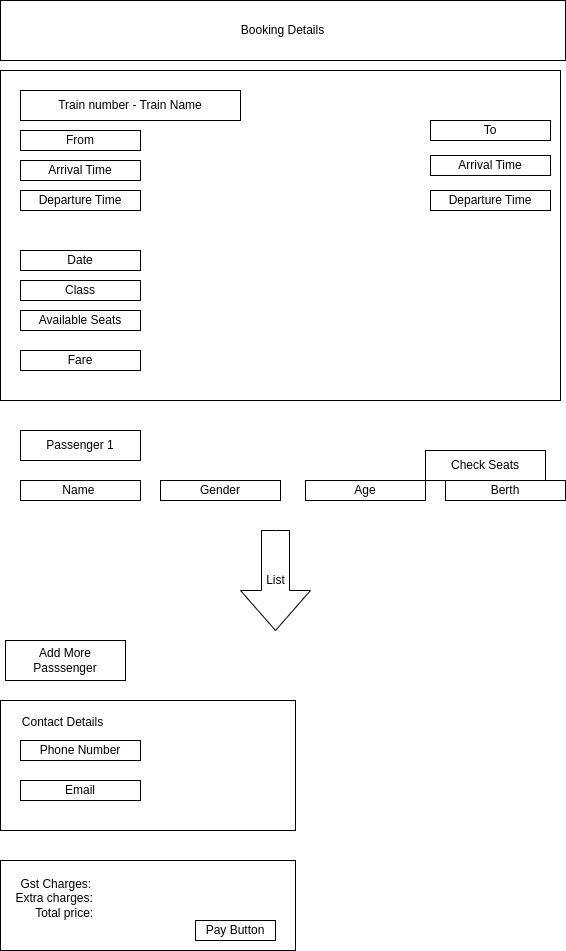
Before: PassengerDetailsForTicketBooking.drawio.png, a diagram exported from draw.io (cdac-project-2025/project-diagrams). Source tidied: cells renumbered, new cells last; positions are measured from the earlier drawing's top-left corner, leaving out a move shared by most shapes. The source it was exported from:
```xml
<mxGraphModel>
  <root>
    <mxCell id="0" />
    <mxCell id="1" parent="0" />
    <mxCell id="2" value="Booking Details" style="rounded=0;whiteSpace=wrap;html=1;" parent="1" vertex="1">
      <mxGeometry width="565" height="60" as="geometry" />
    </mxCell>
    <mxCell id="3" value="Train Schedule" style="rounded=0;whiteSpace=wrap;html=1;" parent="1" vertex="1">
      <mxGeometry x="25" y="90" width="120" height="30" as="geometry" />
    </mxCell>
    <mxCell id="4" value="Check Seats" style="rounded=0;whiteSpace=wrap;html=1;" parent="1" vertex="1">
      <mxGeometry x="435" y="90" width="120" height="30" as="geometry" />
    </mxCell>
    <mxCell id="5" style="rounded=0;whiteSpace=wrap;html=1;" parent="1" vertex="1">
      <mxGeometry y="70" width="560" height="330" as="geometry" />
    </mxCell>
    <mxCell id="6" value="Train number - Train Name" style="rounded=0;whiteSpace=wrap;html=1;" parent="1" vertex="1">
      <mxGeometry x="20" y="90" width="220" height="30" as="geometry" />
    </mxCell>
    <mxCell id="7" value="From" style="rounded=0;whiteSpace=wrap;html=1;" parent="1" vertex="1">
      <mxGeometry x="20" y="130" width="120" height="20" as="geometry" />
    </mxCell>
    <mxCell id="8" value="Arrival Time" style="rounded=0;whiteSpace=wrap;html=1;" parent="1" vertex="1">
      <mxGeometry x="20" y="160" width="120" height="20" as="geometry" />
    </mxCell>
    <mxCell id="9" value="Departure Time" style="rounded=0;whiteSpace=wrap;html=1;" parent="1" vertex="1">
      <mxGeometry x="20" y="190" width="120" height="20" as="geometry" />
    </mxCell>
    <mxCell id="10" value="Passenger 1" style="rounded=0;whiteSpace=wrap;html=1;" parent="1" vertex="1">
      <mxGeometry x="20" y="430" width="120" height="30" as="geometry" />
    </mxCell>
    <mxCell id="11" value="To" style="rounded=0;whiteSpace=wrap;html=1;" parent="1" vertex="1">
      <mxGeometry x="430" y="120" width="120" height="20" as="geometry" />
    </mxCell>
    <mxCell id="12" value="Arrival Time" style="rounded=0;whiteSpace=wrap;html=1;" parent="1" vertex="1">
      <mxGeometry x="430" y="155" width="120" height="20" as="geometry" />
    </mxCell>
    <mxCell id="13" value="Departure Time" style="rounded=0;whiteSpace=wrap;html=1;" parent="1" vertex="1">
      <mxGeometry x="430" y="190" width="120" height="20" as="geometry" />
    </mxCell>
    <mxCell id="14" value="Check Seats" style="rounded=0;whiteSpace=wrap;html=1;" parent="1" vertex="1">
      <mxGeometry x="425" y="450" width="120" height="30" as="geometry" />
    </mxCell>
    <mxCell id="15" value="Date" style="rounded=0;whiteSpace=wrap;html=1;" parent="1" vertex="1">
      <mxGeometry x="20" y="250" width="120" height="20" as="geometry" />
    </mxCell>
    <mxCell id="16" value="Class" style="rounded=0;whiteSpace=wrap;html=1;" parent="1" vertex="1">
      <mxGeometry x="20" y="280" width="120" height="20" as="geometry" />
    </mxCell>
    <mxCell id="17" value="Available Seats" style="rounded=0;whiteSpace=wrap;html=1;" parent="1" vertex="1">
      <mxGeometry x="20" y="310" width="120" height="20" as="geometry" />
    </mxCell>
    <mxCell id="18" value="Fare" style="rounded=0;whiteSpace=wrap;html=1;" parent="1" vertex="1">
      <mxGeometry x="20" y="350" width="120" height="20" as="geometry" />
    </mxCell>
    <mxCell id="19" value="Name&amp;nbsp;" style="rounded=0;whiteSpace=wrap;html=1;" parent="1" vertex="1">
      <mxGeometry x="20" y="480" width="120" height="20" as="geometry" />
    </mxCell>
    <mxCell id="20" value="Berth" style="rounded=0;whiteSpace=wrap;html=1;" parent="1" vertex="1">
      <mxGeometry x="445" y="480" width="120" height="20" as="geometry" />
    </mxCell>
    <mxCell id="21" value="Age" style="rounded=0;whiteSpace=wrap;html=1;" parent="1" vertex="1">
      <mxGeometry x="305" y="480" width="120" height="20" as="geometry" />
    </mxCell>
    <mxCell id="22" value="Gender" style="rounded=0;whiteSpace=wrap;html=1;" parent="1" vertex="1">
      <mxGeometry x="160" y="480" width="120" height="20" as="geometry" />
    </mxCell>
    <mxCell id="23" value="List" style="html=1;shadow=0;dashed=0;align=center;verticalAlign=middle;shape=mxgraph.arrows2.arrow;dy=0.6;dx=40;direction=south;notch=0;" parent="1" vertex="1">
      <mxGeometry x="240" y="530" width="70" height="100" as="geometry" />
    </mxCell>
    <mxCell id="24" value="Add More Passsenger" style="rounded=0;whiteSpace=wrap;html=1;" parent="1" vertex="1">
      <mxGeometry x="5" y="640" width="120" height="40" as="geometry" />
    </mxCell>
    <mxCell id="25" value="Contact Details&amp;nbsp; &amp;nbsp; &amp;nbsp; &amp;nbsp; &amp;nbsp; &amp;nbsp; &amp;nbsp; &amp;nbsp; &amp;nbsp; &amp;nbsp; &amp;nbsp; &amp;nbsp; &amp;nbsp; &amp;nbsp; &amp;nbsp; &amp;nbsp; &amp;nbsp; &amp;nbsp; &amp;nbsp; &amp;nbsp; &amp;nbsp; &amp;nbsp; &amp;nbsp; &amp;nbsp; &amp;nbsp; &amp;nbsp;&lt;div&gt;&lt;br&gt;&lt;/div&gt;&lt;div&gt;&lt;br&gt;&lt;/div&gt;&lt;div&gt;&lt;br&gt;&lt;/div&gt;&lt;div&gt;&lt;br&gt;&lt;/div&gt;&lt;div&gt;&lt;br&gt;&lt;/div&gt;&lt;div&gt;&lt;br&gt;&lt;/div&gt;" style="rounded=0;whiteSpace=wrap;html=1;" parent="1" vertex="1">
      <mxGeometry y="700" width="295" height="130" as="geometry" />
    </mxCell>
    <mxCell id="26" value="Phone Number" style="rounded=0;whiteSpace=wrap;html=1;" parent="1" vertex="1">
      <mxGeometry x="20" y="740" width="120" height="20" as="geometry" />
    </mxCell>
    <mxCell id="27" value="Email" style="rounded=0;whiteSpace=wrap;html=1;" parent="1" vertex="1">
      <mxGeometry x="20" y="780" width="120" height="20" as="geometry" />
    </mxCell>
    <mxCell id="28" value="Gst Charges:&amp;nbsp; &amp;nbsp; &amp;nbsp; &amp;nbsp; &amp;nbsp; &amp;nbsp; &amp;nbsp; &amp;nbsp; &amp;nbsp; &amp;nbsp; &amp;nbsp; &amp;nbsp; &amp;nbsp; &amp;nbsp; &amp;nbsp; &amp;nbsp; &amp;nbsp; &amp;nbsp; &amp;nbsp; &amp;nbsp; &amp;nbsp; &amp;nbsp; &amp;nbsp; &amp;nbsp; &amp;nbsp; &amp;nbsp; &amp;nbsp; &amp;nbsp;&lt;div&gt;Extra charges:&amp;nbsp; &amp;nbsp; &amp;nbsp; &amp;nbsp; &amp;nbsp; &amp;nbsp; &amp;nbsp; &amp;nbsp; &amp;nbsp; &amp;nbsp; &amp;nbsp; &amp;nbsp; &amp;nbsp; &amp;nbsp; &amp;nbsp; &amp;nbsp; &amp;nbsp; &amp;nbsp; &amp;nbsp; &amp;nbsp; &amp;nbsp; &amp;nbsp; &amp;nbsp; &amp;nbsp; &amp;nbsp; &amp;nbsp; &amp;nbsp; &amp;nbsp;&amp;nbsp;&lt;/div&gt;&lt;div&gt;Total price:&amp;nbsp; &amp;nbsp; &amp;nbsp; &amp;nbsp; &amp;nbsp; &amp;nbsp; &amp;nbsp; &amp;nbsp; &amp;nbsp; &amp;nbsp; &amp;nbsp; &amp;nbsp; &amp;nbsp; &amp;nbsp; &amp;nbsp; &amp;nbsp; &amp;nbsp; &amp;nbsp; &amp;nbsp; &amp;nbsp; &amp;nbsp; &amp;nbsp; &amp;nbsp; &amp;nbsp; &amp;nbsp;&amp;nbsp;&lt;/div&gt;&lt;div&gt;&amp;nbsp; &amp;nbsp; &amp;nbsp; &amp;nbsp; &amp;nbsp; &amp;nbsp; &amp;nbsp; &amp;nbsp; &amp;nbsp; &amp;nbsp; &amp;nbsp; &amp;nbsp; &amp;nbsp; &amp;nbsp; &amp;nbsp; &amp;nbsp; &amp;nbsp; &amp;nbsp;&amp;nbsp;&lt;/div&gt;" style="rounded=0;whiteSpace=wrap;html=1;" parent="1" vertex="1">
      <mxGeometry y="860" width="295" height="90" as="geometry" />
    </mxCell>
    <mxCell id="29" value="Pay Button" style="rounded=0;whiteSpace=wrap;html=1;" parent="1" vertex="1">
      <mxGeometry x="195" y="920" width="80" height="20" as="geometry" />
    </mxCell>
  </root>
</mxGraphModel>
```
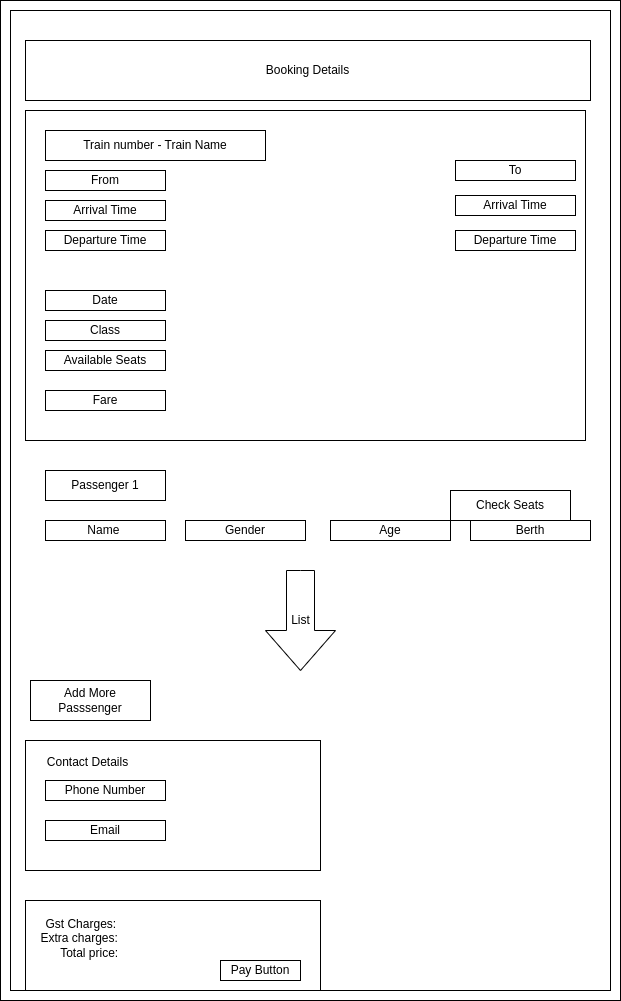
Later version of the same file.

The edit, as a diff of the source:
```diff
@@ -2,6 +2,12 @@
   <root>
     <mxCell id="0" />
     <mxCell id="1" parent="0" />
+    <mxCell id="30" style="rounded=0;whiteSpace=wrap;html=1;" parent="1" vertex="1">
+      <mxGeometry x="-25" y="-40" width="620" height="1000" as="geometry" />
+    </mxCell>
+    <mxCell id="31" style="rounded=0;whiteSpace=wrap;html=1;" parent="1" vertex="1">
+      <mxGeometry x="-15" y="-30" width="600" height="980" as="geometry" />
+    </mxCell>
     <mxCell id="2" value="Booking Details" style="rounded=0;whiteSpace=wrap;html=1;" parent="1" vertex="1">
       <mxGeometry width="565" height="60" as="geometry" />
     </mxCell>
```
